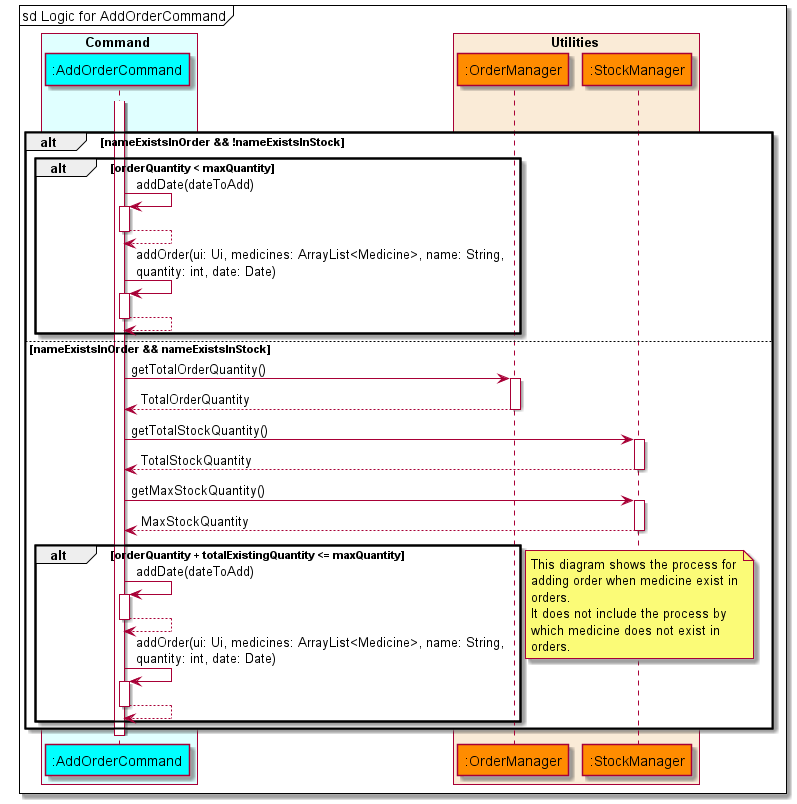
This is docs/diagrams/diagram_images/AddOrderSequenceDiagram.png from nus-cs2113-AY2122S1/tp, a PlantUML export, as it was before one commit.
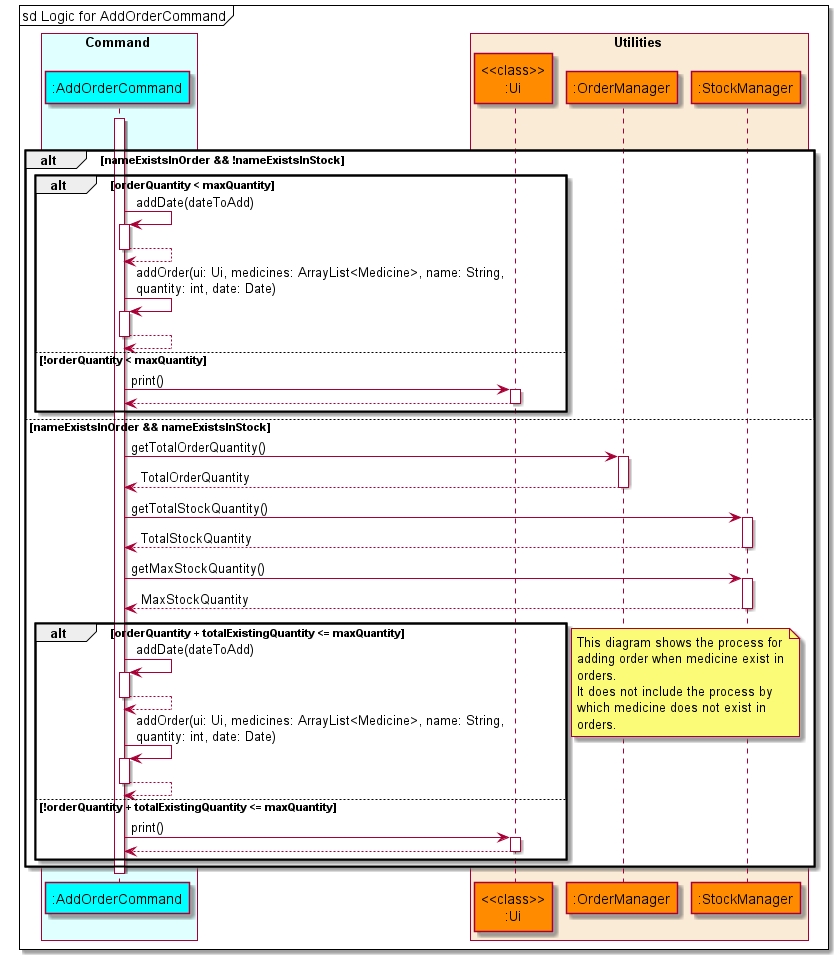
After the change.

What changed in the source:
```diff
@@ -7,6 +7,7 @@
 end box
 
 box Utilities COLOR_UTILITIES_BOX
+    participant "<<class>>\n:Ui" as ui COLOR_UTILITIES
     participant ":OrderManager" as ordermanager COLOR_UTILITIES
     participant ":StockManager" as stockmanager COLOR_UTILITIES
 end box
@@ -21,6 +22,9 @@
            addorder --> addorder
            addorder -> addorder : addOrder(ui: Ui, medicines: ArrayList<Medicine>, name: String, \nquantity: int, date: Date)
            addorder --> addorder
+        else !orderQuantity < maxQuantity
+           addorder -> ui : print()
+           addorder <-- ui
         end
     else nameExistsInOrder && nameExistsInStock
         addorder -> ordermanager : getTotalOrderQuantity()
@@ -34,6 +38,9 @@
            addorder --> addorder
            addorder -> addorder : addOrder(ui: Ui, medicines: ArrayList<Medicine>, name: String, \nquantity: int, date: Date)
            addorder --> addorder
+        else !orderQuantity + totalExistingQuantity <= maxQuantity
+            addorder -> ui : print()
+            addorder <-- ui
         end
     note right
         This diagram shows the process for
```
